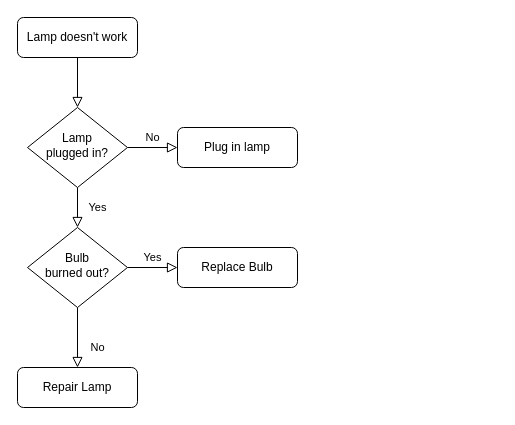
Before: Untitled Diagram.drawio in ThiagoAraujo26/livro-receitas, a draw.io diagram. Source tidied: cells renumbered, new cells numbered last; positions are measured from the earlier drawing's top-left corner, leaving out a move shared by most shapes. Both pictures are drawn from the tidied source at 100%, with x=0, y=0 at pixel (17, 17).
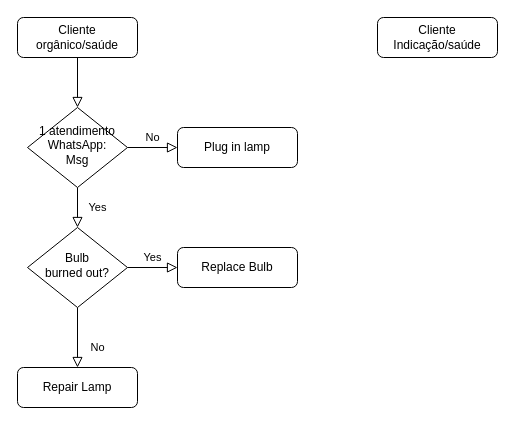
After the change.

What changed in the source:
```diff
@@
 <mxGraphModel>
   <root>
     <mxCell id="0" />
     <mxCell id="1" parent="0" />
     <mxCell id="2" style="rounded=0;html=1;jettySize=auto;fontSize=11;endArrow=block;endFill=0;endSize=8;strokeWidth=1;shadow=0;labelBackgroundColor=none;edgeStyle=orthogonalEdgeStyle;" parent="1" edge="1" source="3" target="6">
       <mxGeometry relative="1" as="geometry" />
     </mxCell>
-    <mxCell id="3" value="Lamp doesn't work" style="rounded=1;whiteSpace=wrap;html=1;fontSize=12;glass=0;strokeWidth=1;shadow=0;" parent="1" vertex="1">
+    <mxCell id="3" value="Cliente orgânico/saúde" style="rounded=1;whiteSpace=wrap;html=1;fontSize=12;glass=0;strokeWidth=1;shadow=0;" parent="1" vertex="1">
       <mxGeometry width="120" height="40" as="geometry" />
     </mxCell>
     <mxCell id="4" value="Yes" style="rounded=0;html=1;jettySize=auto;fontSize=11;endArrow=block;endFill=0;endSize=8;strokeWidth=1;shadow=0;labelBackgroundColor=none;edgeStyle=orthogonalEdgeStyle;" parent="1" edge="1" source="6" target="10">
       <mxGeometry y="20" relative="1" as="geometry" />
     </mxCell>
     <mxCell id="5" value="No" style="edgeStyle=orthogonalEdgeStyle;rounded=0;html=1;jettySize=auto;fontSize=11;endArrow=block;endFill=0;endSize=8;strokeWidth=1;shadow=0;labelBackgroundColor=none;" parent="1" edge="1" source="6" target="7">
       <mxGeometry y="10" relative="1" as="geometry" />
     </mxCell>
-    <mxCell id="6" value="Lamp&lt;br&gt;plugged in?" style="rhombus;whiteSpace=wrap;html=1;shadow=0;fontFamily=Helvetica;fontSize=12;align=center;strokeWidth=1;spacing=6;spacingTop=-4;" parent="1" vertex="1">
+    <mxCell id="6" value="1 atendimento&lt;br&gt;WhatsApp:&lt;br&gt;Msg" style="rhombus;whiteSpace=wrap;html=1;shadow=0;fontFamily=Helvetica;fontSize=12;align=center;strokeWidth=1;spacing=6;spacingTop=-4;" parent="1" vertex="1">
       <mxGeometry x="10" y="90" width="100" height="80" as="geometry" />
     </mxCell>
     <mxCell id="7" value="Plug in lamp" style="rounded=1;whiteSpace=wrap;html=1;fontSize=12;glass=0;strokeWidth=1;shadow=0;" parent="1" vertex="1">
       <mxGeometry x="160" y="110" width="120" height="40" as="geometry" />
     </mxCell>
     <mxCell id="8" value="No" style="rounded=0;html=1;jettySize=auto;fontSize=11;endArrow=block;endFill=0;endSize=8;strokeWidth=1;shadow=0;labelBackgroundColor=none;edgeStyle=orthogonalEdgeStyle;" parent="1" edge="1" source="10" target="11">
       <mxGeometry x="0.33" y="20" relative="1" as="geometry" />
     </mxCell>
     <mxCell id="9" value="Yes" style="edgeStyle=orthogonalEdgeStyle;rounded=0;html=1;jettySize=auto;fontSize=11;endArrow=block;endFill=0;endSize=8;strokeWidth=1;shadow=0;labelBackgroundColor=none;" parent="1" edge="1" source="10" target="12">
       <mxGeometry y="10" relative="1" as="geometry" />
     </mxCell>
     <mxCell id="10" value="Bulb&lt;br&gt;burned out?" style="rhombus;whiteSpace=wrap;html=1;shadow=0;fontFamily=Helvetica;fontSize=12;align=center;strokeWidth=1;spacing=6;spacingTop=-4;" parent="1" vertex="1">
       <mxGeometry x="10" y="210" width="100" height="80" as="geometry" />
     </mxCell>
     <mxCell id="11" value="Repair Lamp" style="rounded=1;whiteSpace=wrap;html=1;fontSize=12;glass=0;strokeWidth=1;shadow=0;" parent="1" vertex="1">
       <mxGeometry y="350" width="120" height="40" as="geometry" />
     </mxCell>
     <mxCell id="12" value="Replace Bulb" style="rounded=1;whiteSpace=wrap;html=1;fontSize=12;glass=0;strokeWidth=1;shadow=0;" parent="1" vertex="1">
       <mxGeometry x="160" y="230" width="120" height="40" as="geometry" />
     </mxCell>
+    <mxCell id="13" value="Cliente Indicação/saúde" style="rounded=1;whiteSpace=wrap;html=1;fontSize=12;glass=0;strokeWidth=1;shadow=0;" parent="1" vertex="1">
+      <mxGeometry x="360" width="120" height="40" as="geometry" />
+    </mxCell>
   </root>
 </mxGraphModel>
```
